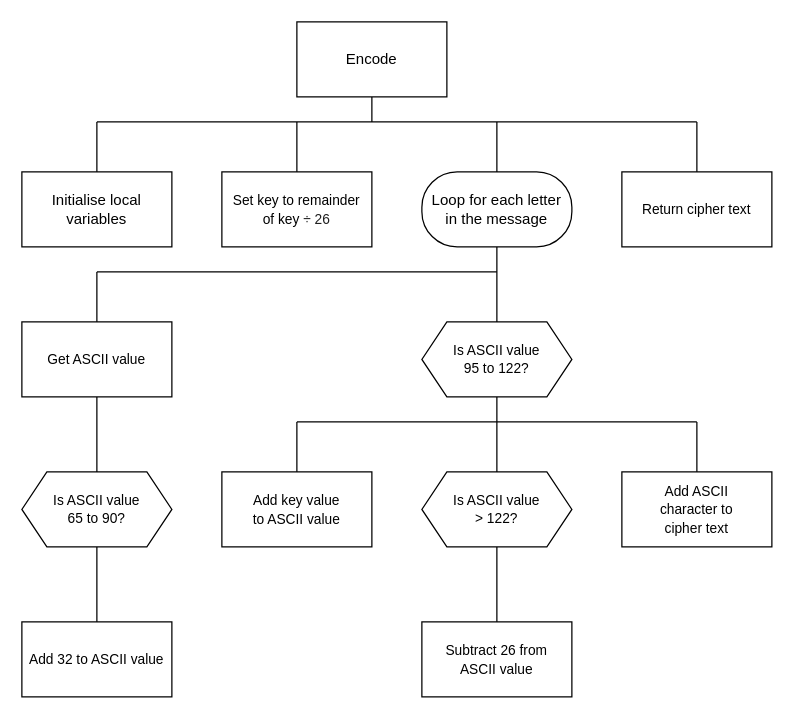
Before: page "sd" (5 of 6) of higher/H-SDD-Caesar-Cipher/assets/H SDD Caesar Cipher.drawio in MrFriendCS/MrFriendCS.github.io, a draw.io diagram. Source tidied: cells renumbered, new cells numbered last; positions are measured from the earlier drawing's top-left corner, leaving out a move shared by most shapes. Both pictures are drawn from the tidied source at 125%, with x=0, y=0 at pixel (21, 21).
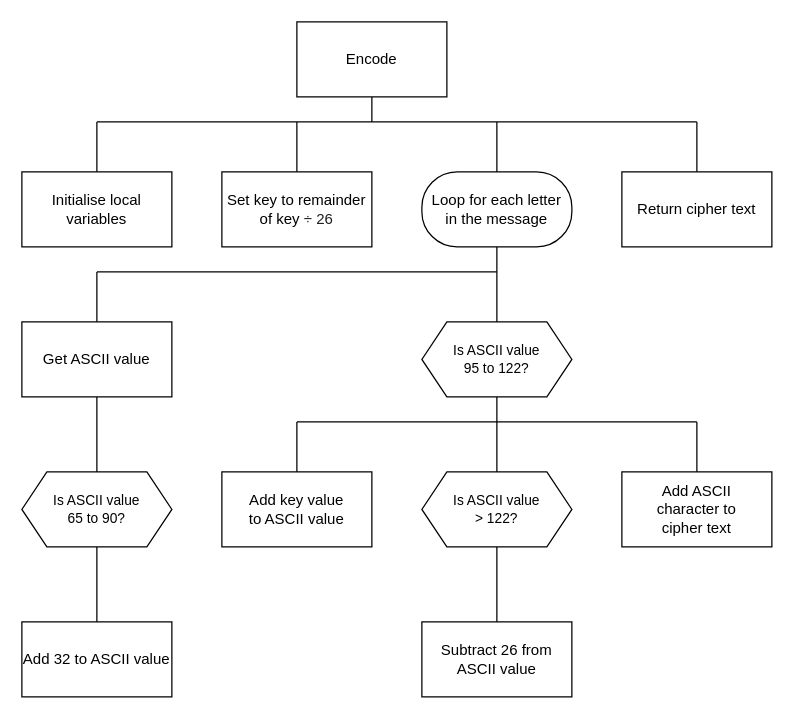
The same diagram, later.

What changed in the source:
```diff
@@
-    <mxCell id="11" value="&lt;font style=&quot;font-size: 11px;&quot; face=&quot;Helvetica&quot;&gt;Get ASCII value&lt;/font&gt;" style="rounded=0;whiteSpace=wrap;html=1;fontFamily=Lucida Console;fontSize=12;fontColor=default;" parent="1" vertex="1">
+    <mxCell id="11" value="&lt;font style=&quot;font-size: 12px;&quot; face=&quot;Helvetica&quot;&gt;Get ASCII value&lt;/font&gt;" style="rounded=0;whiteSpace=wrap;html=1;fontFamily=Lucida Console;fontSize=12;fontColor=default;" parent="1" vertex="1">
       <mxGeometry y="240" width="120" height="60" as="geometry" />
     </mxCell>
@@
-    <mxCell id="14" value="&lt;font style=&quot;font-size: 11px;&quot; face=&quot;Helvetica&quot;&gt;Add 32 to ASCII value&lt;/font&gt;" style="rounded=0;whiteSpace=wrap;html=1;fontFamily=Lucida Console;fontSize=12;fontColor=default;" parent="1" vertex="1">
+    <mxCell id="14" value="&lt;font style=&quot;font-size: 12px;&quot; face=&quot;Helvetica&quot;&gt;Add 32 to ASCII value&lt;/font&gt;" style="rounded=0;whiteSpace=wrap;html=1;fontFamily=Lucida Console;fontSize=12;fontColor=default;" parent="1" vertex="1">
       <mxGeometry y="480" width="120" height="60" as="geometry" />
     </mxCell>
@@
-    <mxCell id="19" value="&lt;font style=&quot;font-size: 11px;&quot; face=&quot;Helvetica&quot;&gt;Add key value&lt;br&gt;to ASCII value&lt;/font&gt;" style="rounded=0;whiteSpace=wrap;html=1;fontFamily=Lucida Console;fontSize=12;fontColor=default;" parent="1" vertex="1">
+    <mxCell id="19" value="&lt;font style=&quot;font-size: 12px;&quot; face=&quot;Helvetica&quot;&gt;Add key value&lt;br&gt;to ASCII value&lt;/font&gt;" style="rounded=0;whiteSpace=wrap;html=1;fontFamily=Lucida Console;fontSize=12;fontColor=default;" parent="1" vertex="1">
       <mxGeometry x="160" y="360" width="120" height="60" as="geometry" />
     </mxCell>
@@
-    <mxCell id="22" value="&lt;font style=&quot;font-size: 11px;&quot; face=&quot;Helvetica&quot;&gt;Subtract 26 from&lt;br&gt;ASCII value&lt;/font&gt;" style="rounded=0;whiteSpace=wrap;html=1;fontFamily=Lucida Console;fontSize=12;fontColor=default;" parent="1" vertex="1">
+    <mxCell id="22" value="&lt;font style=&quot;font-size: 12px;&quot; face=&quot;Helvetica&quot;&gt;Subtract 26 from&lt;br&gt;ASCII value&lt;/font&gt;" style="rounded=0;whiteSpace=wrap;html=1;fontFamily=Lucida Console;fontSize=12;fontColor=default;" parent="1" vertex="1">
       <mxGeometry x="320" y="480" width="120" height="60" as="geometry" />
     </mxCell>
@@
-    <mxCell id="24" value="&lt;font face=&quot;Helvetica&quot;&gt;&lt;span style=&quot;font-size: 11px;&quot;&gt;Add ASCII &lt;br&gt;character to&lt;br&gt;cipher text&lt;/span&gt;&lt;/font&gt;" style="rounded=0;whiteSpace=wrap;html=1;fontFamily=Lucida Console;fontSize=12;fontColor=default;" parent="1" vertex="1">
+    <mxCell id="24" value="&lt;font face=&quot;Helvetica&quot;&gt;&lt;span style=&quot;font-size: 12px;&quot;&gt;Add ASCII &lt;br&gt;character to&lt;br&gt;cipher text&lt;/span&gt;&lt;/font&gt;" style="rounded=0;whiteSpace=wrap;html=1;fontFamily=Lucida Console;fontSize=12;fontColor=default;" parent="1" vertex="1">
       <mxGeometry x="480" y="360" width="120" height="60" as="geometry" />
     </mxCell>
@@
-    <mxCell id="29" value="&lt;font face=&quot;Helvetica&quot;&gt;&lt;span style=&quot;font-size: 11px;&quot;&gt;Return cipher text&lt;/span&gt;&lt;/font&gt;" style="rounded=0;whiteSpace=wrap;html=1;fontFamily=Lucida Console;fontSize=12;fontColor=default;" parent="1" vertex="1">
+    <mxCell id="29" value="&lt;font face=&quot;Helvetica&quot;&gt;&lt;span style=&quot;font-size: 12px;&quot;&gt;Return cipher text&lt;/span&gt;&lt;/font&gt;" style="rounded=0;whiteSpace=wrap;html=1;fontFamily=Lucida Console;fontSize=12;fontColor=default;" parent="1" vertex="1">
       <mxGeometry x="480" y="120" width="120" height="60" as="geometry" />
     </mxCell>
@@
-    <mxCell id="31" value="&lt;font style=&quot;font-size: 11px;&quot;&gt;&lt;font style=&quot;&quot;&gt;Set &lt;/font&gt;&lt;font style=&quot;&quot;&gt;&lt;font style=&quot;&quot;&gt;ke&lt;font style=&quot;&quot; face=&quot;Helvetica&quot;&gt;y&lt;/font&gt;&lt;/font&gt;&lt;font style=&quot;&quot; face=&quot;Helvetica&quot;&gt; to re&lt;/font&gt;&lt;/font&gt;&lt;font style=&quot;&quot; face=&quot;Helvetica&quot;&gt;mainder&lt;/font&gt;&lt;/font&gt;&lt;div&gt;&lt;font style=&quot;font-size: 11px;&quot; face=&quot;Helvetica&quot;&gt;of key&amp;nbsp;&lt;span style=&quot;color: rgb(31, 31, 31); text-align: left; background-color: rgb(255, 255, 255);&quot;&gt;÷ 26&lt;/span&gt;&lt;/font&gt;&lt;/div&gt;" style="rounded=0;whiteSpace=wrap;html=1;" parent="1" vertex="1">
+    <mxCell id="31" value="&lt;font style=&quot;font-size: 12px;&quot;&gt;&lt;font style=&quot;&quot;&gt;Set &lt;/font&gt;&lt;font style=&quot;&quot;&gt;&lt;font style=&quot;&quot;&gt;ke&lt;font style=&quot;&quot; face=&quot;Helvetica&quot;&gt;y&lt;/font&gt;&lt;/font&gt;&lt;font style=&quot;&quot; face=&quot;Helvetica&quot;&gt; to re&lt;/font&gt;&lt;/font&gt;&lt;font style=&quot;&quot; face=&quot;Helvetica&quot;&gt;mainder&lt;/font&gt;&lt;/font&gt;&lt;div&gt;&lt;font style=&quot;font-size: 12px;&quot; face=&quot;Helvetica&quot;&gt;of key&amp;nbsp;&lt;span style=&quot;color: rgb(31, 31, 31); text-align: left; background-color: rgb(255, 255, 255);&quot;&gt;÷ 26&lt;/span&gt;&lt;/font&gt;&lt;/div&gt;" style="rounded=0;whiteSpace=wrap;html=1;" parent="1" vertex="1">
       <mxGeometry x="160" y="120" width="120" height="60" as="geometry" />
     </mxCell>
```
